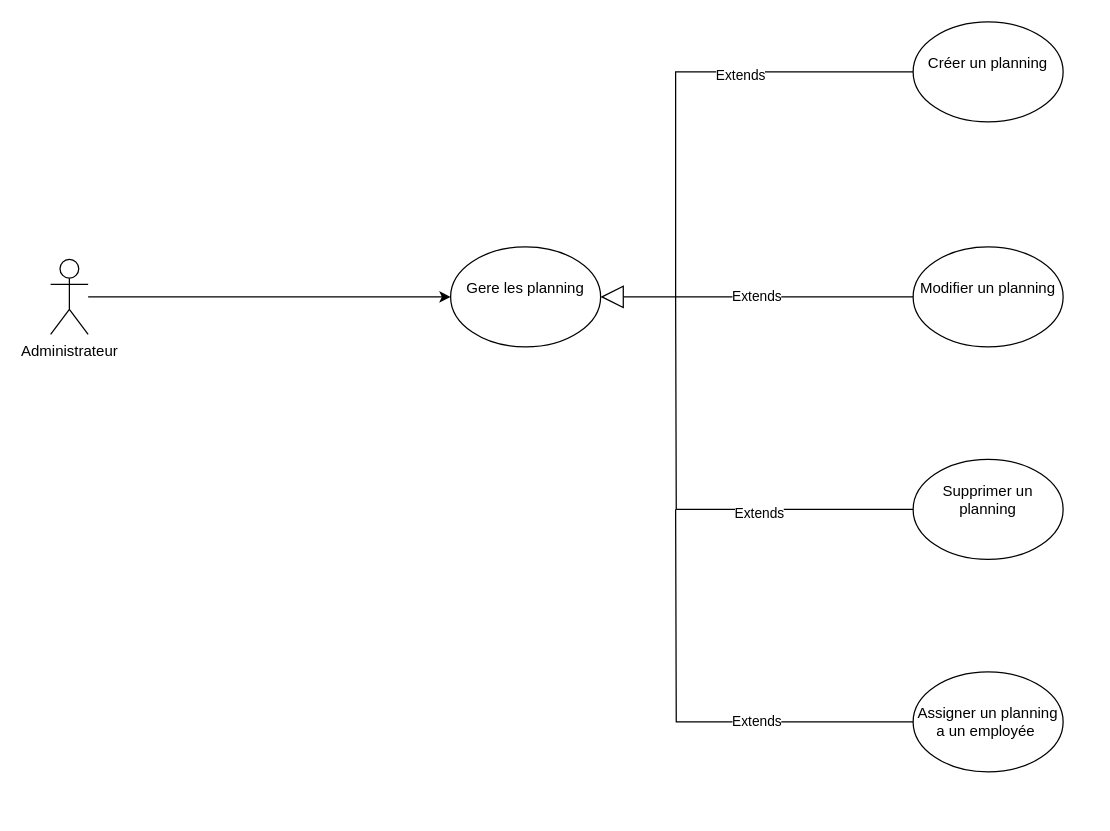
This is Diagramme sans nom.drawio from BRIKIAchraf/Blog-App, a draw.io file, before an edit. Source tidied: cells renumbered, new cells numbered last; positions are measured from the earlier drawing's top-left corner, leaving out a move shared by most shapes. Both pictures are drawn from the tidied source at 125%, with x=0, y=0 at pixel (50, 21).
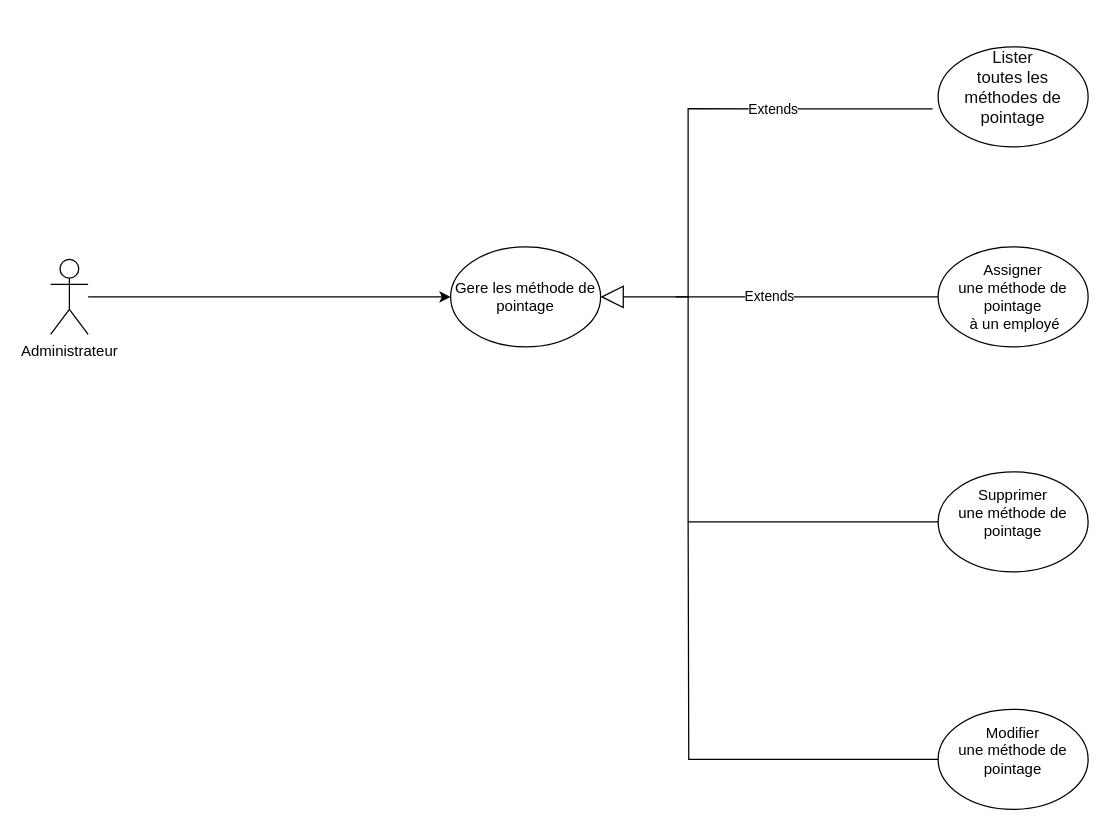
After the change.

Change to the diagram source:
```diff
@@
 <mxGraphModel>
   <root>
     <mxCell id="0" />
     <mxCell id="1" parent="0" />
     <mxCell id="2" value="Administrateur&lt;div&gt;&lt;br&gt;&lt;/div&gt;" style="shape=umlActor;verticalLabelPosition=bottom;verticalAlign=top;html=1;outlineConnect=0;" parent="1" vertex="1">
       <mxGeometry y="190" width="30" height="60" as="geometry" />
     </mxCell>
-    <mxCell id="3" value="Gere les planning&lt;div&gt;&lt;br&gt;&lt;/div&gt;" style="ellipse;whiteSpace=wrap;html=1;" parent="1" vertex="1">
-      <mxGeometry x="320" y="180" width="120" height="80" as="geometry" />
-    </mxCell>
-    <mxCell id="4" style="endArrow=classic;html=1;rounded=0;entryX=0;entryY=0.5;entryDx=0;entryDy=0;" parent="1" edge="1" source="2" target="3">
-      <mxGeometry relative="1" as="geometry" />
-    </mxCell>
-    <mxCell id="5" value="Créer un planning&lt;div&gt;&lt;br&gt;&lt;/div&gt;" style="ellipse;whiteSpace=wrap;html=1;" parent="1" vertex="1">
-      <mxGeometry x="690" width="120" height="80" as="geometry" />
-    </mxCell>
-    <mxCell id="6" value="Modifier un planning&lt;div&gt;&lt;br&gt;&lt;/div&gt;" style="ellipse;whiteSpace=wrap;html=1;" parent="1" vertex="1">
-      <mxGeometry x="690" y="180" width="120" height="80" as="geometry" />
-    </mxCell>
-    <mxCell id="7" value="Supprimer un planning&lt;div&gt;&lt;br&gt;&lt;/div&gt;" style="ellipse;whiteSpace=wrap;html=1;" parent="1" vertex="1">
-      <mxGeometry x="690" y="350" width="120" height="80" as="geometry" />
-    </mxCell>
-    <mxCell id="8" value="Assigner un planning a un employée&amp;nbsp;" style="ellipse;whiteSpace=wrap;html=1;" parent="1" vertex="1">
-      <mxGeometry x="690" y="520" width="120" height="80" as="geometry" />
-    </mxCell>
+    <mxCell id="16" value="Gere les méthode de pointage" style="ellipse;whiteSpace=wrap;html=1;" parent="1" vertex="1">
+      <mxGeometry x="320" y="180" width="120" height="80" as="geometry" />
+    </mxCell>
+    <mxCell id="17" style="endArrow=classic;html=1;rounded=0;entryX=0;entryY=0.5;entryDx=0;entryDy=0;" parent="1" edge="1" source="2" target="16">
+      <mxGeometry relative="1" as="geometry" />
+    </mxCell>
+    <mxCell id="18" value="&lt;p style=&quot;margin:0in;font-family:Söhne;font-size:10.0pt;color:#0D0D0D&quot;&gt;Lister&lt;br/&gt;toutes les méthodes de pointage&lt;/p&gt;&lt;p style=&quot;margin:0in;font-family:Söhne;font-size:10.0pt;color:#0D0D0D&quot;&gt;&lt;br&gt;&lt;/p&gt;" style="ellipse;whiteSpace=wrap;html=1;" parent="1" vertex="1">
+      <mxGeometry x="710" y="20" width="120" height="80" as="geometry" />
+    </mxCell>
+    <mxCell id="19" value="Assigner&lt;br/&gt;une méthode de pointage&lt;div&gt;&lt;span style=&quot;background-color: initial;&quot;&gt;&amp;nbsp;à un employé&lt;/span&gt;&lt;br&gt;&lt;/div&gt;" style="ellipse;whiteSpace=wrap;html=1;" parent="1" vertex="1">
+      <mxGeometry x="710" y="180" width="120" height="80" as="geometry" />
+    </mxCell>
+    <mxCell id="20" value="Supprimer&lt;br/&gt;une méthode de pointage&lt;div&gt;&lt;br&gt;&lt;/div&gt;" style="ellipse;whiteSpace=wrap;html=1;" parent="1" vertex="1">
+      <mxGeometry x="710" y="360" width="120" height="80" as="geometry" />
+    </mxCell>
+    <mxCell id="21" value="Modifier&lt;br/&gt;une méthode de pointage&lt;div&gt;&lt;br&gt;&lt;/div&gt;" style="ellipse;whiteSpace=wrap;html=1;" parent="1" vertex="1">
+      <mxGeometry x="710" y="550" width="120" height="80" as="geometry" />
+    </mxCell>
-    <mxCell id="9" value="Extends" style="endArrow=block;endSize=16;endFill=0;html=1;rounded=0;entryX=1;entryY=0.5;entryDx=0;entryDy=0;exitX=0;exitY=0.5;exitDx=0;exitDy=0;" parent="1" edge="1" source="6" target="3">
+    <mxCell id="9" value="Extends" style="endArrow=block;endSize=16;endFill=0;html=1;rounded=0;entryX=1;entryY=0.5;entryDx=0;entryDy=0;exitX=0;exitY=0.5;exitDx=0;exitDy=0;" parent="1" edge="1" source="19" target="16">
       <mxGeometry relative="1" as="geometry" />
     </mxCell>
-    <mxCell id="10" style="endArrow=none;html=1;rounded=0;entryX=0;entryY=0.5;entryDx=0;entryDy=0;edgeStyle=orthogonalEdgeStyle;" parent="1" edge="1" target="5">
-      <mxGeometry relative="1" as="geometry">
-        <mxPoint x="500" y="220" as="sourcePoint" />
-        <Array as="points">
-          <mxPoint x="500" y="40" />
-        </Array>
-      </mxGeometry>
-    </mxCell>
-    <mxCell id="11" value="Extends" style="edgeLabel;html=1;align=center;verticalAlign=middle;" parent="10" vertex="1">
-      <mxGeometry x="0.25" y="-2" relative="1" as="geometry" />
-    </mxCell>
-    <mxCell id="12" style="endArrow=none;html=1;rounded=0;exitX=0;exitY=0.5;exitDx=0;exitDy=0;edgeStyle=orthogonalEdgeStyle;" parent="1" edge="1" source="7">
-      <mxGeometry relative="1" as="geometry">
-        <mxPoint x="500" y="220" as="targetPoint" />
-      </mxGeometry>
-    </mxCell>
-    <mxCell id="13" value="Extends" style="edgeLabel;html=1;align=center;verticalAlign=middle;" parent="12" vertex="1">
-      <mxGeometry x="-0.31" y="2" relative="1" as="geometry" />
-    </mxCell>
-    <mxCell id="14" style="endArrow=none;html=1;rounded=0;exitX=0;exitY=0.5;exitDx=0;exitDy=0;edgeStyle=orthogonalEdgeStyle;" parent="1" edge="1" source="8">
-      <mxGeometry relative="1" as="geometry">
-        <mxPoint x="500" y="390" as="targetPoint" />
-      </mxGeometry>
-    </mxCell>
-    <mxCell id="15" value="Extends" style="edgeLabel;html=1;align=center;verticalAlign=middle;" parent="14" vertex="1">
-      <mxGeometry x="-0.3" y="-1" relative="1" as="geometry" />
-    </mxCell>
+    <mxCell id="22" style="endArrow=none;html=1;rounded=0;entryX=-0.037;entryY=0.619;entryDx=0;entryDy=0;entryPerimeter=0;edgeStyle=orthogonalEdgeStyle;" parent="1" edge="1" target="18">
+      <mxGeometry relative="1" as="geometry">
+        <mxPoint x="500" y="220" as="sourcePoint" />
+        <Array as="points">
+          <mxPoint x="510" y="220" />
+          <mxPoint x="510" y="70" />
+        </Array>
+      </mxGeometry>
+    </mxCell>
+    <mxCell id="23" value="Extends" style="edgeLabel;html=1;align=center;verticalAlign=middle;" parent="22" vertex="1">
+      <mxGeometry x="0.28" relative="1" as="geometry" />
+    </mxCell>
+    <mxCell id="24" style="endArrow=none;html=1;rounded=0;entryX=0;entryY=0.5;entryDx=0;entryDy=0;edgeStyle=orthogonalEdgeStyle;" parent="1" edge="1" target="20">
+      <mxGeometry relative="1" as="geometry">
+        <mxPoint x="510" y="220" as="sourcePoint" />
+        <Array as="points">
+          <mxPoint x="510" y="400" />
+        </Array>
+      </mxGeometry>
+    </mxCell>
+    <mxCell id="25" style="endArrow=none;html=1;rounded=0;exitX=0;exitY=0.5;exitDx=0;exitDy=0;edgeStyle=orthogonalEdgeStyle;" parent="1" edge="1" source="21">
+      <mxGeometry relative="1" as="geometry">
+        <mxPoint x="510" y="400" as="targetPoint" />
+      </mxGeometry>
+    </mxCell>
   </root>
 </mxGraphModel>
```
